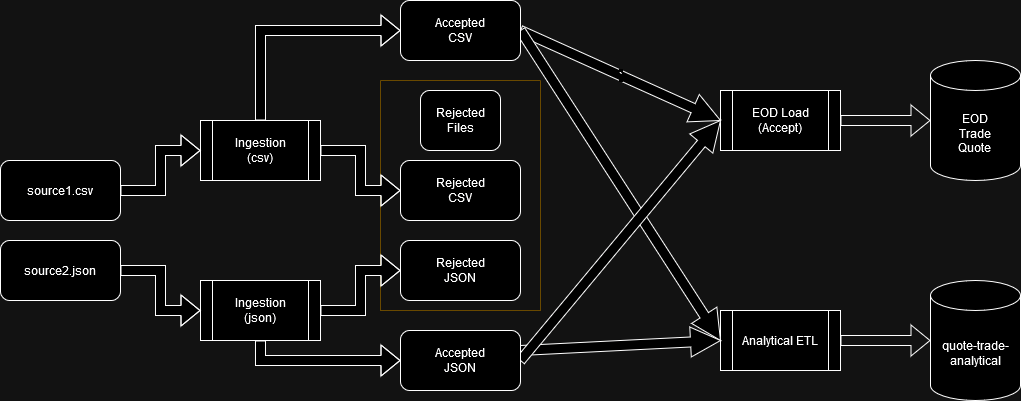
This is Pipeline-Architecture.drawio.png from jeff-abe-98/Equity-Market-Pipeline, a draw.io export, as it was before one commit. Source tidied: cells renumbered, new cells last; positions are measured from the earlier drawing's top-left corner, leaving out a move shared by most shapes.
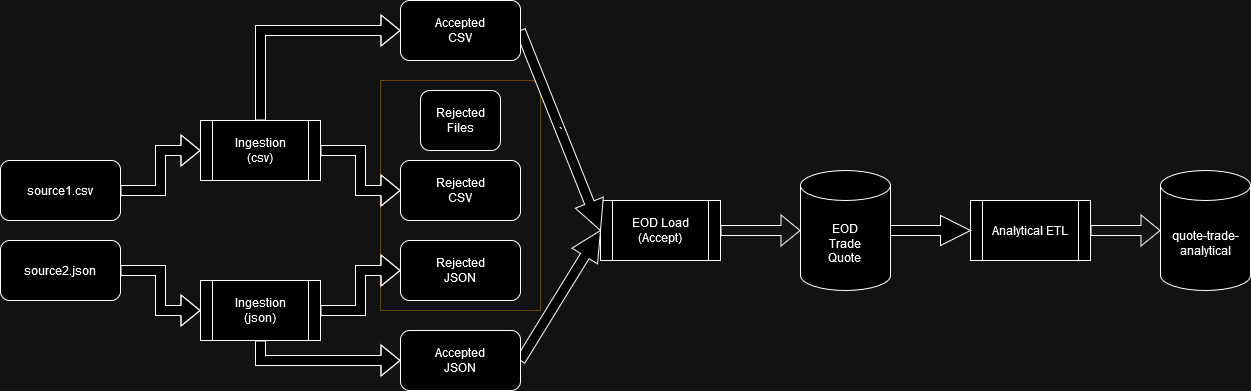
Later version of the same file.

The edit, as a diff of the source:
```diff
@@ -9,13 +9,13 @@
       <mxGeometry relative="1" as="geometry" />
     </mxCell>
     <mxCell id="4" value="Analytical ETL" style="shape=process;whiteSpace=wrap;html=1;backgroundOutline=1;" parent="1" vertex="1">
-      <mxGeometry x="720" y="310" width="120" height="60" as="geometry" />
+      <mxGeometry x="970" y="200" width="120" height="60" as="geometry" />
     </mxCell>
     <mxCell id="5" style="edgeStyle=orthogonalEdgeStyle;rounded=0;jettySize=auto;html=1;exitX=1;exitY=0.5;exitDx=0;exitDy=0;shape=flexArrow;" parent="1" edge="1" source="6" target="26">
       <mxGeometry relative="1" as="geometry" />
     </mxCell>
     <mxCell id="6" value="&lt;div&gt;EOD Load&lt;/div&gt;&lt;div&gt;(Accept)&lt;br&gt;&lt;/div&gt;" style="shape=process;whiteSpace=wrap;html=1;backgroundOutline=1;" parent="1" vertex="1">
-      <mxGeometry x="720" y="90" width="120" height="60" as="geometry" />
+      <mxGeometry x="600" y="200" width="120" height="60" as="geometry" />
     </mxCell>
     <mxCell id="7" style="edgeStyle=orthogonalEdgeStyle;rounded=0;jettySize=auto;html=1;exitX=0.5;exitY=0;exitDx=0;exitDy=0;entryX=0;entryY=0.5;entryDx=0;entryDy=0;shape=flexArrow;fillColor=default;" parent="1" edge="1" source="9" target="20">
       <mxGeometry relative="1" as="geometry" />
@@ -53,7 +53,7 @@
     <mxCell id="18" value="`" style="edgeStyle=orthogonalEdgeStyle;rounded=0;jettySize=auto;html=1;exitX=1;exitY=0.5;exitDx=0;exitDy=0;entryX=0;entryY=0.5;entryDx=0;entryDy=0;shape=arrow;fillColor=default;" parent="1" edge="1" source="20" target="6">
       <mxGeometry relative="1" as="geometry" />
     </mxCell>
-    <mxCell id="19" style="edgeStyle=orthogonalEdgeStyle;rounded=0;jettySize=auto;html=1;exitX=1;exitY=0.5;exitDx=0;exitDy=0;entryX=0;entryY=0.5;entryDx=0;entryDy=0;shape=arrow;fillColor=default;" parent="1" edge="1" source="20" target="4">
+    <mxCell id="19" style="edgeStyle=orthogonalEdgeStyle;rounded=0;jettySize=auto;html=1;entryX=0;entryY=0.5;entryDx=0;entryDy=0;shape=arrow;fillColor=default;" parent="1" edge="1" source="26" target="4">
       <mxGeometry relative="1" as="geometry" />
     </mxCell>
     <mxCell id="20" value="&lt;div&gt;Accepted&lt;/div&gt;&lt;div&gt;CSV&lt;br&gt;&lt;/div&gt;" style="rounded=1;whiteSpace=wrap;html=1;" parent="1" vertex="1">
@@ -62,11 +62,6 @@
     <mxCell id="21" value="&lt;div&gt;Rejected&lt;/div&gt;&lt;div&gt;CSV&lt;br&gt;&lt;/div&gt;" style="rounded=1;whiteSpace=wrap;html=1;" parent="1" vertex="1">
       <mxGeometry x="400" y="160" width="120" height="60" as="geometry" />
     </mxCell>
-    <mxCell id="22" style="edgeStyle=orthogonalEdgeStyle;rounded=0;jettySize=auto;html=1;entryX=0;entryY=0.5;entryDx=0;entryDy=0;shape=arrow;fillColor=default;" parent="1" edge="1" target="4">
-      <mxGeometry relative="1" as="geometry">
-        <mxPoint x="520" y="350" as="sourcePoint" />
-      </mxGeometry>
-    </mxCell>
     <mxCell id="23" style="edgeStyle=orthogonalEdgeStyle;rounded=0;jettySize=auto;html=1;exitX=1;exitY=0.5;exitDx=0;exitDy=0;entryX=0;entryY=0.5;entryDx=0;entryDy=0;shape=arrow;fillColor=default;" parent="1" edge="1" source="24" target="6">
       <mxGeometry relative="1" as="geometry" />
     </mxCell>
@@ -77,10 +72,10 @@
       <mxGeometry x="400" y="240" width="120" height="60" as="geometry" />
     </mxCell>
     <mxCell id="26" value="&lt;div&gt;EOD&lt;/div&gt;&lt;div&gt;Trade&lt;/div&gt;&lt;div&gt;Quote&lt;br&gt;&lt;/div&gt;" style="shape=cylinder3;whiteSpace=wrap;html=1;boundedLbl=1;backgroundOutline=1;size=15;" parent="1" vertex="1">
-      <mxGeometry x="930" y="60" width="90" height="120" as="geometry" />
+      <mxGeometry x="800" y="170" width="90" height="120" as="geometry" />
     </mxCell>
     <mxCell id="27" value="quote-trade-analytical" style="shape=cylinder3;whiteSpace=wrap;html=1;boundedLbl=1;backgroundOutline=1;size=15;" parent="1" vertex="1">
-      <mxGeometry x="930" y="280" width="90" height="120" as="geometry" />
+      <mxGeometry x="1160" y="170" width="90" height="120" as="geometry" />
     </mxCell>
   </root>
 </mxGraphModel>
```
